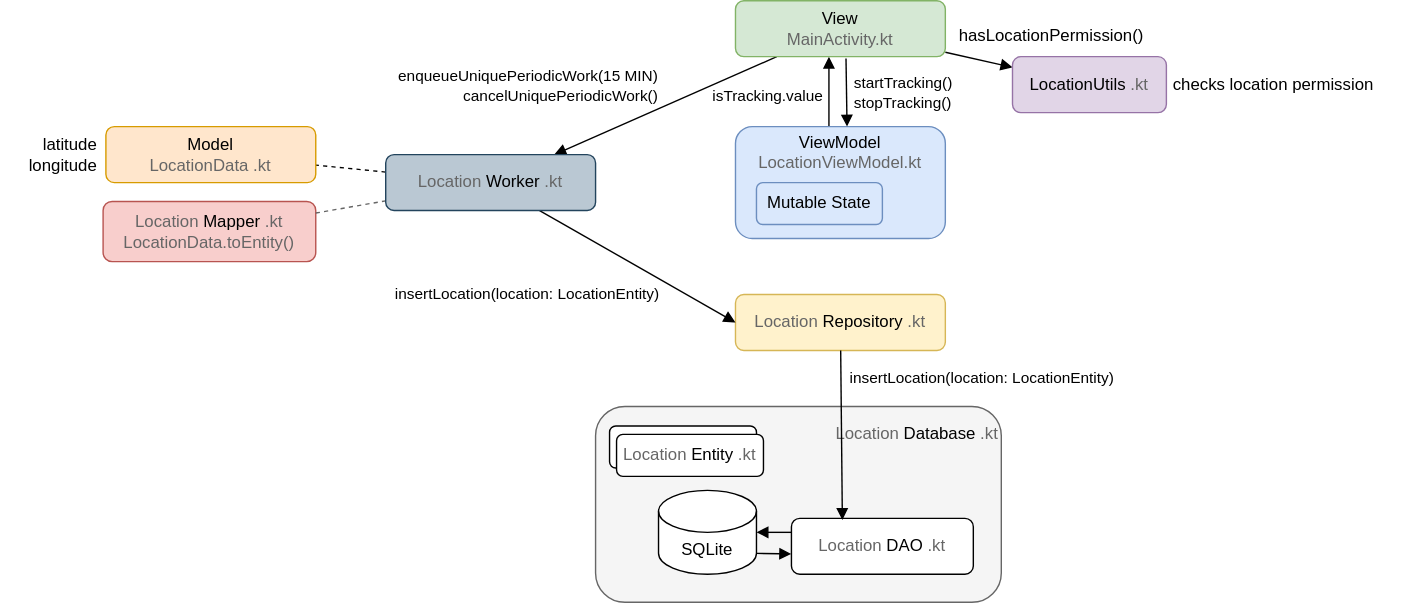
Before: app-architecture.drawio.svg, a diagram exported from draw.io (lchristmann/Tracker). Source tidied: cells renumbered, new cells last; positions are measured from the earlier drawing's top-left corner, leaving out a move shared by most shapes.
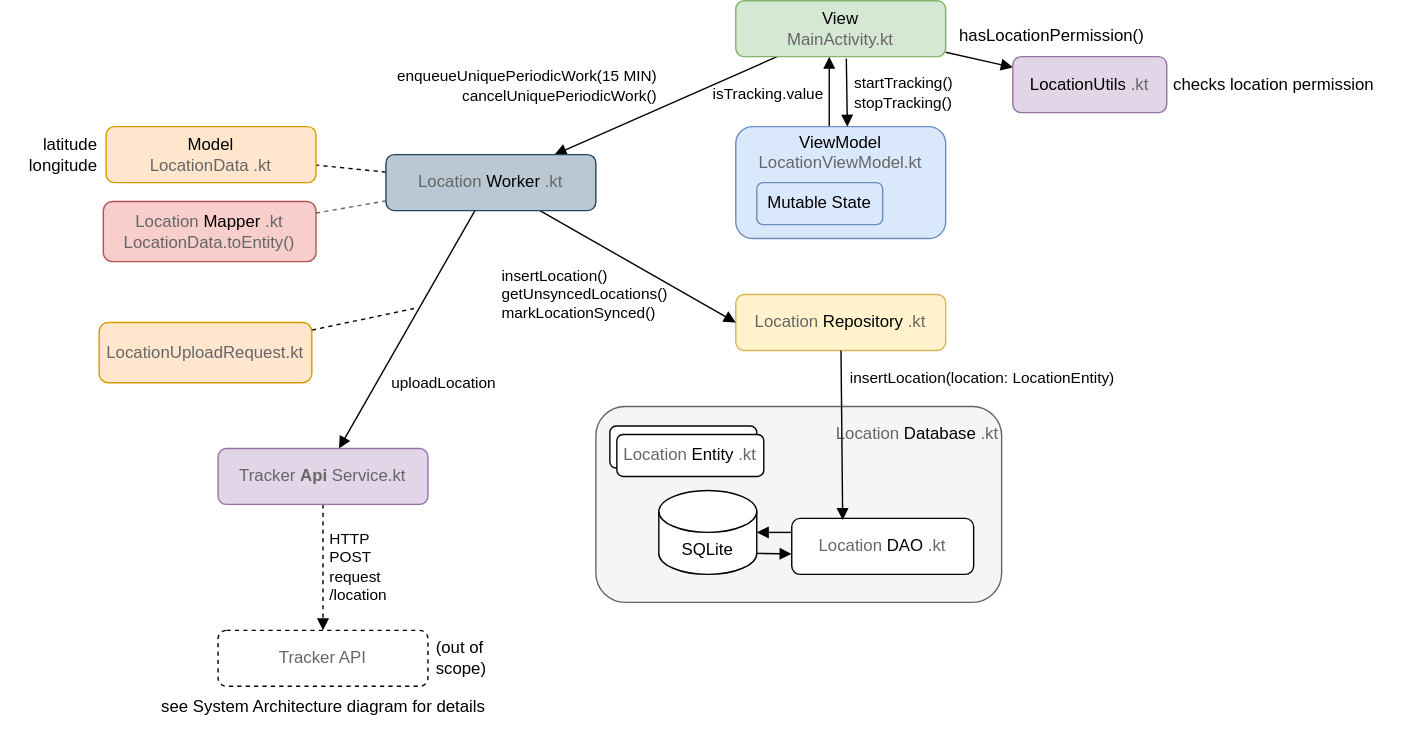
Later version of the same file.

Commit message:
feature: add upload of locations to Tracker API

The edit, as a diff of the source:
```diff
@@ -65,9 +65,9 @@
     <mxCell id="19" style="edgeStyle=none;html=1;entryX=0.28;entryY=0.03;entryDx=0;entryDy=0;entryPerimeter=0;endArrow=block;endFill=1;" parent="1" edge="1" source="11" target="16">
       <mxGeometry relative="1" as="geometry" />
     </mxCell>
-    <mxCell id="20" value="insertLocation(location: LocationEntity)" style="edgeLabel;html=1;align=center;verticalAlign=middle;" parent="19" vertex="1">
+    <mxCell id="20" value="insertLocation()&lt;div&gt;getUnsyncedLocations()&lt;/div&gt;&lt;div&gt;markLocationSynced()&lt;/div&gt;" style="edgeLabel;html=1;align=left;verticalAlign=middle;" parent="19" vertex="1">
       <mxGeometry x="-0.66" relative="1" as="geometry">
-        <mxPoint x="-225" y="-61" as="offset" />
+        <mxPoint x="-244" y="-61" as="offset" />
       </mxGeometry>
     </mxCell>
     <mxCell id="21" value="insertLocation(location: LocationEntity)" style="edgeLabel;html=1;align=center;verticalAlign=middle;" parent="19" vertex="1">
@@ -113,8 +113,44 @@
     <mxCell id="32" style="edgeStyle=none;html=1;entryX=0;entryY=0.5;entryDx=0;entryDy=0;endArrow=block;endFill=1;" parent="1" edge="1" source="33" target="11">
       <mxGeometry relative="1" as="geometry" />
     </mxCell>
+    <mxCell id="34" style="edgeStyle=none;html=1;endArrow=block;endFill=1;" parent="1" edge="1" source="33" target="38">
+      <mxGeometry relative="1" as="geometry" />
+    </mxCell>
+    <mxCell id="35" value="uploadLocation" style="edgeLabel;html=1;align=center;verticalAlign=middle;" parent="34" vertex="1">
+      <mxGeometry x="0.26" y="1" relative="1" as="geometry">
+        <mxPoint x="37" y="15" as="offset" />
+      </mxGeometry>
+    </mxCell>
     <mxCell id="33" value="&lt;font style=&quot;color: rgb(102, 102, 102);&quot;&gt;Location&lt;/font&gt;&lt;font style=&quot;color: rgb(0, 0, 0);&quot;&gt;Worker&lt;/font&gt;&lt;font style=&quot;color: rgb(102, 102, 102);&quot;&gt;.kt&lt;/font&gt;" style="rounded=1;whiteSpace=wrap;html=1;fillColor=#bac8d3;strokeColor=#23445d;" parent="1" vertex="1">
       <mxGeometry x="275" y="110" width="150" height="40" as="geometry" />
     </mxCell>
+    <mxCell id="36" style="edgeStyle=none;html=1;endArrow=block;endFill=1;dashed=1;" parent="1" edge="1" source="38" target="41">
+      <mxGeometry relative="1" as="geometry" />
+    </mxCell>
+    <mxCell id="37" value="HTTP&lt;div&gt;POST&lt;/div&gt;&lt;div&gt;request&lt;/div&gt;&lt;div&gt;/location&lt;/div&gt;" style="edgeLabel;html=1;align=left;verticalAlign=middle;" parent="36" vertex="1">
+      <mxGeometry x="-0.01" relative="1" as="geometry">
+        <mxPoint x="3" as="offset" />
+      </mxGeometry>
+    </mxCell>
+    <mxCell id="38" value="&lt;font style=&quot;color: rgb(102, 102, 102);&quot;&gt;Tracker&lt;b&gt;Api&lt;/b&gt;Service.kt&lt;/font&gt;" style="rounded=1;whiteSpace=wrap;html=1;fillColor=#e1d5e7;strokeColor=#9673a6;" parent="1" vertex="1">
+      <mxGeometry x="155" y="320" width="150" height="40" as="geometry" />
+    </mxCell>
+    <mxCell id="39" style="edgeStyle=none;html=1;endArrow=none;endFill=0;dashed=1;" parent="1" edge="1" source="40">
+      <mxGeometry relative="1" as="geometry">
+        <mxPoint x="295" y="220" as="targetPoint" />
+      </mxGeometry>
+    </mxCell>
+    <mxCell id="40" value="&lt;font color=&quot;#666666&quot;&gt;LocationUploadRequest.kt&lt;/font&gt;" style="rounded=1;whiteSpace=wrap;html=1;fillColor=#ffe6cc;strokeColor=#d79b00;" parent="1" vertex="1">
+      <mxGeometry x="70" y="230" width="152" height="43" as="geometry" />
+    </mxCell>
+    <mxCell id="41" value="&lt;font color=&quot;#666666&quot;&gt;Tracker API&lt;/font&gt;" style="rounded=1;whiteSpace=wrap;html=1;dashed=1;" parent="1" vertex="1">
+      <mxGeometry x="155" y="450" width="150" height="40" as="geometry" />
+    </mxCell>
+    <mxCell id="42" value="(out of&lt;div&gt;scope)&lt;/div&gt;" style="text;html=1;align=left;verticalAlign=middle;strokeColor=none;fillColor=none;" parent="1" vertex="1">
+      <mxGeometry x="309" y="450" width="60" height="40" as="geometry" />
+    </mxCell>
+    <mxCell id="43" value="see System Architecture diagram for details" style="text;html=1;align=center;verticalAlign=middle;strokeColor=none;fillColor=none;" parent="1" vertex="1">
+      <mxGeometry x="105" y="490" width="250" height="30" as="geometry" />
+    </mxCell>
   </root>
 </mxGraphModel>
```
